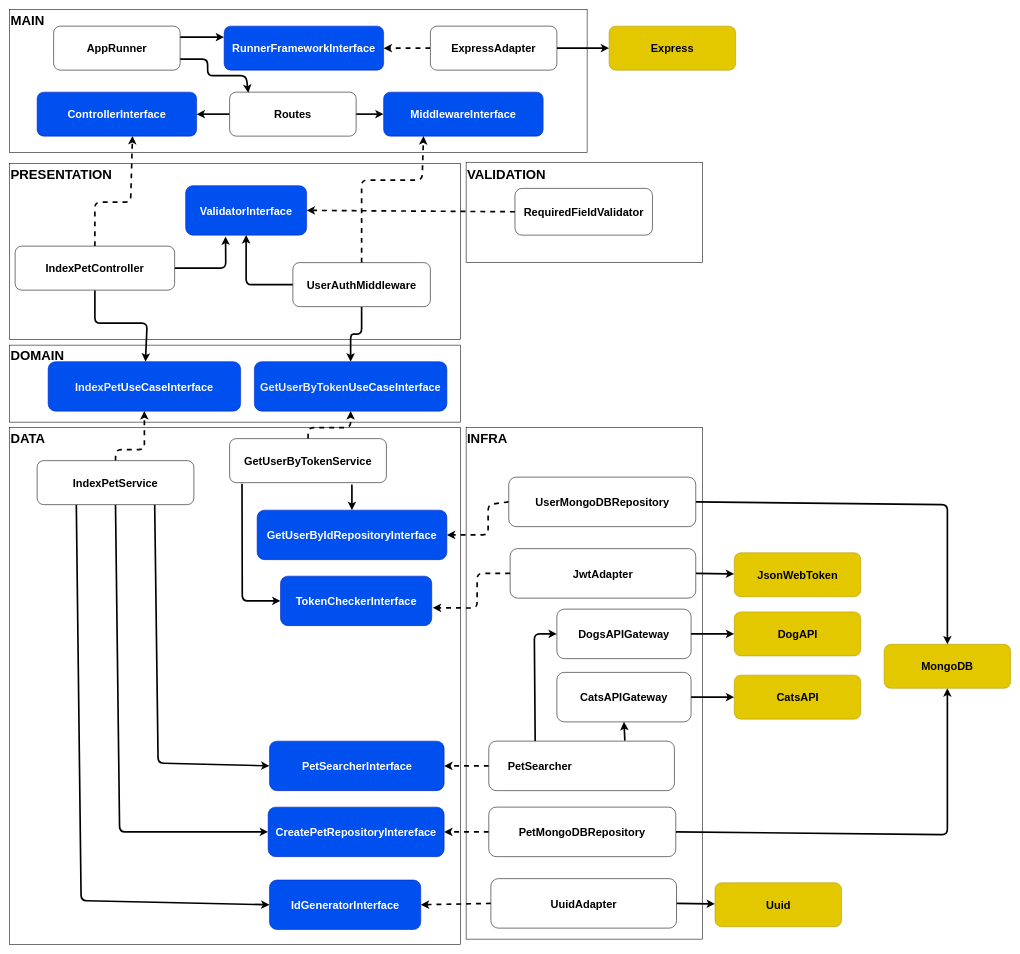
Before: diagrams/drawio/index-pet.drawio in DouglasVolcato/pet-adoption-backend, a draw.io diagram. Source tidied: cells renumbered, new cells numbered last; positions are measured from the earlier drawing's top-left corner, leaving out a move shared by most shapes. Both pictures are drawn from the tidied source at 55%, with x=0, y=0 at pixel (9, 9).
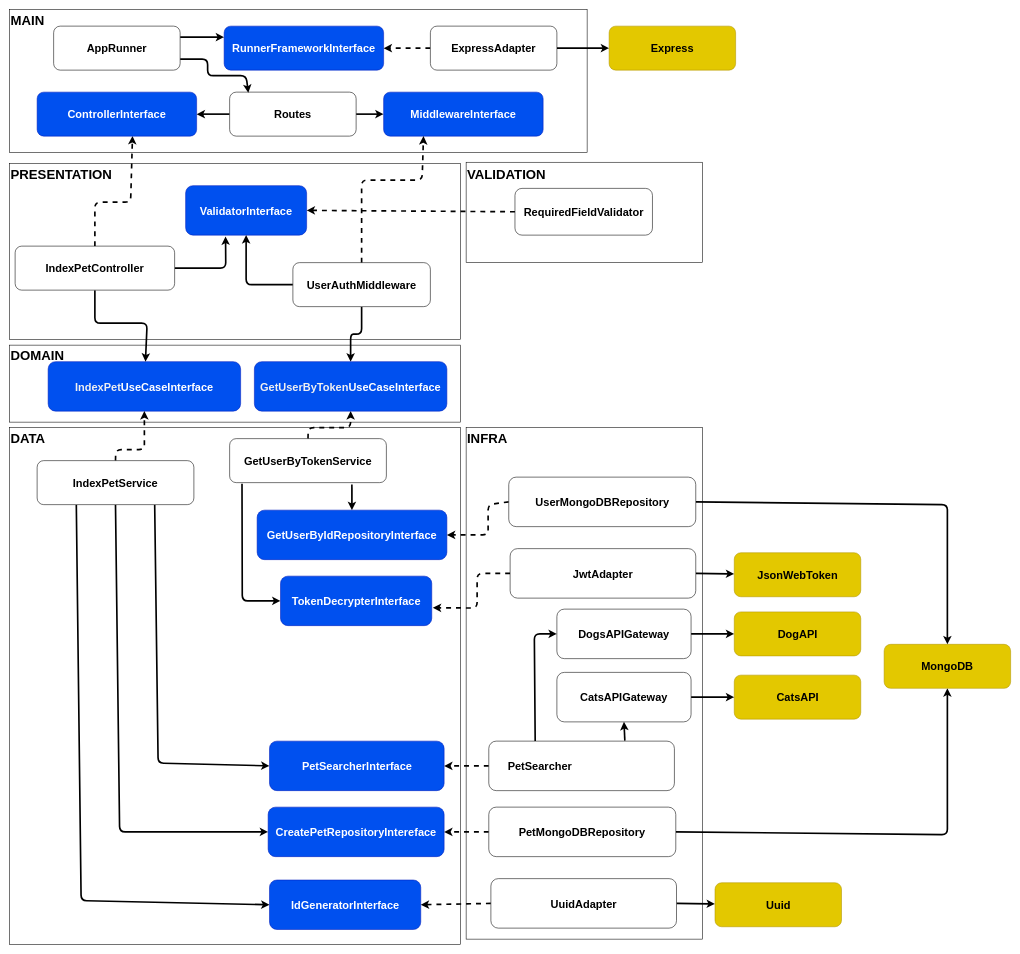
Above is the later version.

Commit message (it also covers changes not shown here):
chore: implement diagrams

Diff of the diagram source:
```diff
@@
-    <mxCell id="64" value="TokenCheckerInterface" style="rounded=1;whiteSpace=wrap;html=1;fillColor=#0050ef;fontColor=#ffffff;strokeColor=#001DBC;fontSize=20;fontStyle=1;" parent="1" vertex="1">
+    <mxCell id="64" value="TokenDecrypterInterface" style="rounded=1;whiteSpace=wrap;html=1;fillColor=#0050ef;fontColor=#ffffff;strokeColor=#001DBC;fontSize=20;fontStyle=1;" parent="1" vertex="1">
       <mxGeometry x="492.5" y="1030" width="275" height="90" as="geometry" />
     </mxCell>
```
